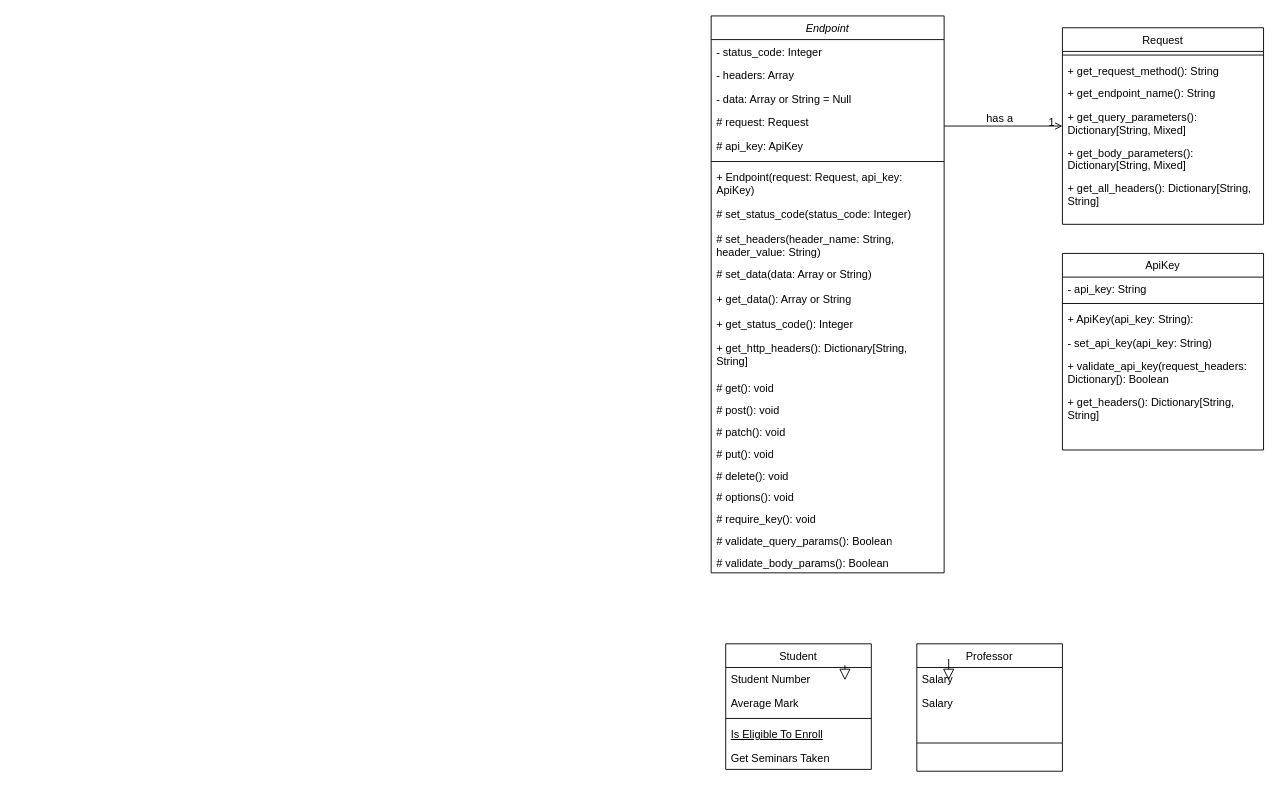
Earlier version of the draw.io diagram page "Page-1" (1 of 2) of uml_class_diagram/UMLClassDiagram.drawio (sdjs-s-a-gh/Web_API---Software_Architecture). Source tidied: cells renumbered, new cells numbered last; positions are measured from the earlier drawing's top-left corner, leaving out a move shared by most shapes. Both pictures are drawn from the tidied source at 91%, with x=0, y=0 at pixel (711, 15).
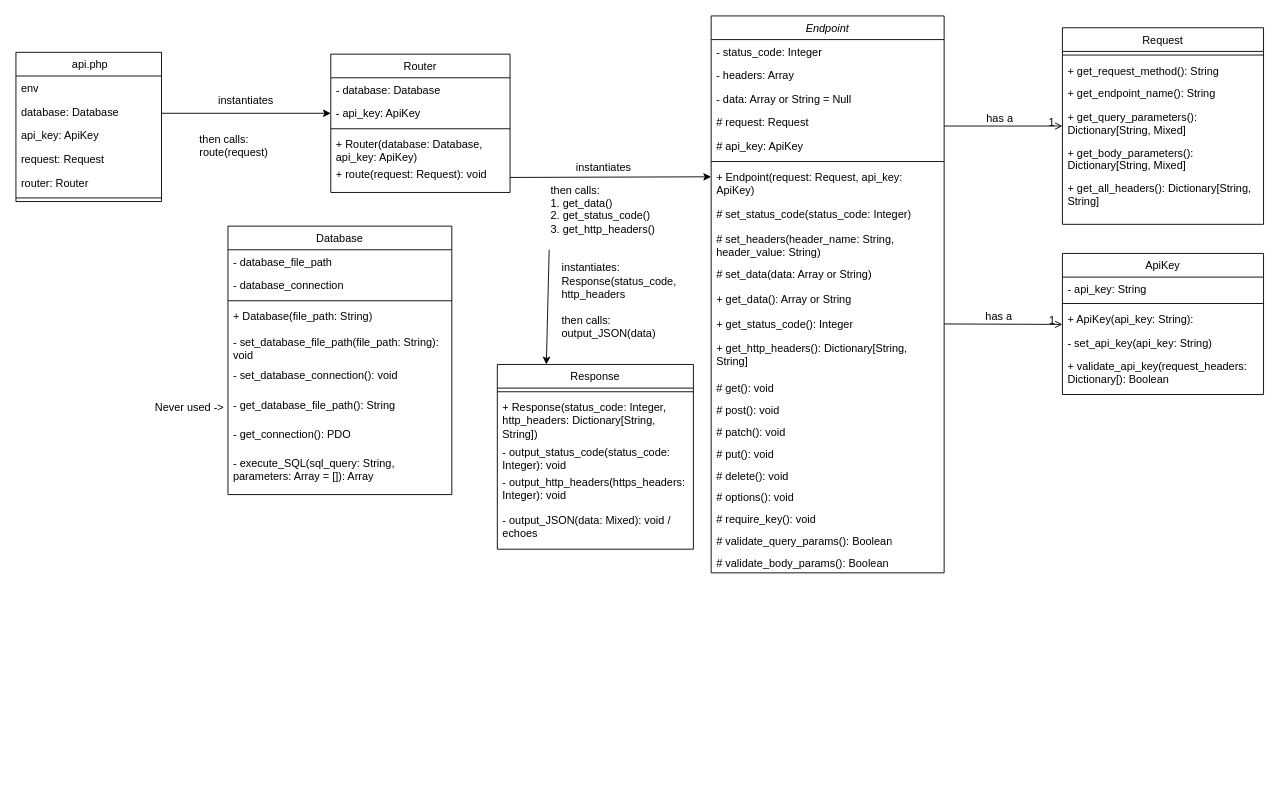
The same page after the edit.

Unchanged cells that the change refers to:
```xml
<mxCell id="9" value="+ Endpoint(request: Request, api_key: ApiKey)" style="text;align=left;verticalAlign=top;spacingLeft=4;spacingRight=4;overflow=hidden;points=[[0,0.5],[1,0.5]];portConstraint=eastwest;whiteSpace=wrap;" parent="2" vertex="1">
  <mxGeometry y="164" width="256" height="41" as="geometry" />
</mxCell>
<mxCell id="14" value="+ get_status_code(): Integer" style="text;align=left;verticalAlign=top;spacingLeft=4;spacingRight=4;overflow=hidden;points=[[0,0.5],[1,0.5]];portConstraint=eastwest;whiteSpace=wrap;" parent="2" vertex="1">
  <mxGeometry y="325" width="256" height="27" as="geometry" />
</mxCell>
<mxCell id="50" value="+ ApiKey(api_key: String):" style="text;align=left;verticalAlign=top;spacingLeft=4;spacingRight=4;overflow=hidden;points=[[0,0.5],[1,0.5]];portConstraint=eastwest;" parent="47" vertex="1">
  <mxGeometry y="59" width="221" height="26" as="geometry" />
</mxCell>
```

Diff of the diagram source:
```diff
@@
-    <mxCell id="25" value="Student" style="swimlane;fontStyle=0;align=center;verticalAlign=top;horizontal=1;startSize=26;rounded=0;shadow=0;strokeWidth=1;" parent="1" vertex="1">
-      <mxGeometry x="16" y="690" width="160" height="138" as="geometry" />
-    </mxCell>
-    <mxCell id="26" value="Student Number" style="text;align=left;verticalAlign=top;spacingLeft=4;spacingRight=4;overflow=hidden;" parent="25" vertex="1">
-      <mxGeometry y="26" width="160" height="26" as="geometry" />
-    </mxCell>
-    <mxCell id="27" value="Average Mark" style="text;align=left;verticalAlign=top;spacingLeft=4;spacingRight=4;overflow=hidden;rounded=0;shadow=0;html=0;" parent="25" vertex="1">
-      <mxGeometry y="52" width="160" height="26" as="geometry" />
-    </mxCell>
-    <mxCell id="28" style="line;html=1;strokeWidth=1;align=left;verticalAlign=middle;spacingTop=-1;spacingLeft=3;spacingRight=3;labelPosition=right;" parent="25" vertex="1">
-      <mxGeometry y="78" width="160" height="8" as="geometry" />
-    </mxCell>
-    <mxCell id="29" value="Is Eligible To Enroll" style="text;align=left;verticalAlign=top;spacingLeft=4;spacingRight=4;overflow=hidden;fontStyle=4;" parent="25" vertex="1">
-      <mxGeometry y="86" width="160" height="26" as="geometry" />
-    </mxCell>
-    <mxCell id="30" value="Get Seminars Taken" style="text;align=left;verticalAlign=top;spacingLeft=4;spacingRight=4;overflow=hidden;" parent="25" vertex="1">
-      <mxGeometry y="112" width="160" height="26" as="geometry" />
-    </mxCell>
-    <mxCell id="31" style="endArrow=block;endSize=10;endFill=0;shadow=0;strokeWidth=1;rounded=0;curved=0;edgeStyle=elbowEdgeStyle;elbow=vertical;" parent="1" edge="1" source="25">
-      <mxGeometry relative="1" as="geometry">
-        <mxPoint x="147" y="730" as="targetPoint" />
-      </mxGeometry>
-    </mxCell>
-    <mxCell id="32" value="Professor" style="swimlane;fontStyle=0;align=center;verticalAlign=top;horizontal=1;startSize=26;rounded=0;shadow=0;strokeWidth=1;" parent="1" vertex="1">
-      <mxGeometry x="226" y="690" width="160" height="140" as="geometry" />
-    </mxCell>
-    <mxCell id="33" value="Salary" style="text;align=left;verticalAlign=top;spacingLeft=4;spacingRight=4;overflow=hidden;" parent="32" vertex="1">
-      <mxGeometry y="26" width="160" height="26" as="geometry" />
-    </mxCell>
-    <mxCell id="34" value="Salary" style="text;align=left;verticalAlign=top;spacingLeft=4;spacingRight=4;overflow=hidden;" parent="32" vertex="1">
-      <mxGeometry y="52" width="160" height="26" as="geometry" />
-    </mxCell>
-    <mxCell id="35" style="line;html=1;strokeWidth=1;align=left;verticalAlign=middle;spacingTop=-1;spacingLeft=3;spacingRight=3;labelPosition=right;" parent="32" vertex="1">
-      <mxGeometry y="78" width="160" height="62" as="geometry" />
-    </mxCell>
-    <mxCell id="36" style="endArrow=block;endSize=10;endFill=0;shadow=0;strokeWidth=1;rounded=0;curved=0;edgeStyle=elbowEdgeStyle;elbow=vertical;" parent="1" edge="1" source="32">
-      <mxGeometry relative="1" as="geometry">
-        <mxPoint x="261" y="730" as="targetPoint" />
-      </mxGeometry>
-    </mxCell>
@@
     <mxCell id="47" value="ApiKey" style="swimlane;fontStyle=0;align=center;verticalAlign=top;horizontal=1;startSize=26;rounded=0;shadow=0;strokeWidth=1;" parent="1" vertex="1">
-      <mxGeometry x="386" y="261" width="221" height="216" as="geometry" />
+      <mxGeometry x="386" y="261" width="221" height="155" as="geometry" />
     </mxCell>
@@
-    <mxCell id="53" value="+ get_headers(): Dictionary[String, String]" style="text;align=left;verticalAlign=top;spacingLeft=4;spacingRight=4;overflow=hidden;whiteSpace=wrap;" parent="47" vertex="1">
-      <mxGeometry y="150" width="221" height="39" as="geometry" />
-    </mxCell>
+    <mxCell id="54" style="endArrow=open;shadow=0;strokeWidth=1;rounded=0;curved=0;endFill=1;edgeStyle=elbowEdgeStyle;elbow=vertical;exitX=1;exitY=0.5;exitDx=0;exitDy=0;" parent="1" edge="1" source="14" target="50">
+      <mxGeometry x="0.5" y="41" relative="1" as="geometry">
+        <mxPoint x="-40" y="32" as="offset" />
+      </mxGeometry>
+    </mxCell>
+    <mxCell id="55" value="1" style="align=right;verticalAlign=bottom;labelBackgroundColor=none;fontSize=12;" parent="54" vertex="1">
+      <mxGeometry x="1" relative="1" as="geometry">
+        <mxPoint x="-7" y="4" as="offset" />
+      </mxGeometry>
+    </mxCell>
+    <mxCell id="56" value="has a" style="text;html=1;align=center;verticalAlign=middle;labelBackgroundColor=none;rounded=0;shadow=0;strokeWidth=1;fontSize=12;" parent="54" vertex="1">
+      <mxGeometry x="0.5" y="49" relative="1" as="geometry">
+        <mxPoint x="-38" y="40" as="offset" />
+      </mxGeometry>
+    </mxCell>
+    <mxCell id="57" value=" api.php" style="swimlane;fontStyle=0;align=center;verticalAlign=top;horizontal=1;startSize=26;rounded=0;shadow=0;strokeWidth=1;" parent="1" vertex="1">
+      <mxGeometry x="-764" y="40" width="160" height="164" as="geometry" />
+    </mxCell>
+    <mxCell id="58" value="env" style="text;align=left;verticalAlign=top;spacingLeft=4;spacingRight=4;overflow=hidden;" parent="57" vertex="1">
+      <mxGeometry y="26" width="160" height="26" as="geometry" />
+    </mxCell>
+    <mxCell id="59" value="database: Database" style="text;align=left;verticalAlign=top;spacingLeft=4;spacingRight=4;overflow=hidden;" parent="57" vertex="1">
+      <mxGeometry y="52" width="160" height="26" as="geometry" />
+    </mxCell>
+    <mxCell id="60" value="api_key: ApiKey" style="text;align=left;verticalAlign=top;spacingLeft=4;spacingRight=4;overflow=hidden;" parent="57" vertex="1">
+      <mxGeometry y="78" width="160" height="26" as="geometry" />
+    </mxCell>
+    <mxCell id="61" value="request: Request" style="text;align=left;verticalAlign=top;spacingLeft=4;spacingRight=4;overflow=hidden;" parent="57" vertex="1">
+      <mxGeometry y="104" width="160" height="26" as="geometry" />
+    </mxCell>
+    <mxCell id="62" value="router: Router" style="text;align=left;verticalAlign=top;spacingLeft=4;spacingRight=4;overflow=hidden;" parent="57" vertex="1">
+      <mxGeometry y="130" width="160" height="26" as="geometry" />
+    </mxCell>
+    <mxCell id="63" style="line;html=1;strokeWidth=1;align=left;verticalAlign=middle;spacingTop=-1;spacingLeft=3;spacingRight=3;labelPosition=right;" parent="57" vertex="1">
+      <mxGeometry y="156" width="160" height="8" as="geometry" />
+    </mxCell>
+    <mxCell id="64" value="Router" style="swimlane;fontStyle=0;align=center;verticalAlign=top;horizontal=1;startSize=26;rounded=0;shadow=0;strokeWidth=1;" parent="1" vertex="1">
+      <mxGeometry x="-418" y="42" width="197" height="152" as="geometry" />
+    </mxCell>
+    <mxCell id="65" value="- database: Database" style="text;align=left;verticalAlign=top;spacingLeft=4;spacingRight=4;overflow=hidden;" parent="64" vertex="1">
+      <mxGeometry y="26" width="197" height="26" as="geometry" />
+    </mxCell>
+    <mxCell id="66" value="- api_key: ApiKey" style="text;align=left;verticalAlign=top;spacingLeft=4;spacingRight=4;overflow=hidden;points=[[0,0.5],[1,0.5]];portConstraint=eastwest;rounded=0;shadow=0;html=0;" parent="64" vertex="1">
+      <mxGeometry y="52" width="197" height="26" as="geometry" />
+    </mxCell>
+    <mxCell id="67" style="line;html=1;strokeWidth=1;align=left;verticalAlign=middle;spacingTop=-1;spacingLeft=3;spacingRight=3;labelPosition=right;" parent="64" vertex="1">
+      <mxGeometry y="78" width="197" height="8" as="geometry" />
+    </mxCell>
+    <mxCell id="68" value="+ Router(database: Database, api_key: ApiKey)" style="text;align=left;verticalAlign=top;spacingLeft=4;spacingRight=4;overflow=hidden;whiteSpace=wrap;" parent="64" vertex="1">
+      <mxGeometry y="86" width="197" height="33" as="geometry" />
+    </mxCell>
+    <mxCell id="69" value="+ route(request: Request): void" style="text;align=left;verticalAlign=top;spacingLeft=4;spacingRight=4;overflow=hidden;points=[[0,0.5],[1,0.5]];portConstraint=eastwest;whiteSpace=wrap;" parent="64" vertex="1">
+      <mxGeometry y="119" width="197" height="33" as="geometry" />
+    </mxCell>
+    <mxCell id="70" style="endArrow=classic;html=1;rounded=0;entryX=0;entryY=0.312;entryDx=0;entryDy=0;exitX=1;exitY=0.5;exitDx=0;exitDy=0;entryPerimeter=0;" parent="1" edge="1" source="69" target="9">
+      <mxGeometry relative="1" as="geometry" />
+    </mxCell>
+    <mxCell id="71" value="instantiates" style="text;html=1;whiteSpace=wrap;strokeColor=none;fillColor=none;align=center;verticalAlign=middle;rounded=0;" parent="1" vertex="1">
+      <mxGeometry x="-148" y="152" width="60" height="30" as="geometry" />
+    </mxCell>
+    <mxCell id="72" style="endArrow=classic;html=1;rounded=0;exitX=0;exitY=1;exitDx=0;exitDy=0;entryX=0.25;entryY=0;entryDx=0;entryDy=0;" parent="1" edge="1" source="79" target="73">
+      <mxGeometry relative="1" as="geometry" />
+    </mxCell>
+    <mxCell id="73" value="Response" style="swimlane;fontStyle=0;align=center;verticalAlign=top;horizontal=1;startSize=26;rounded=0;shadow=0;strokeWidth=1;" parent="1" vertex="1">
+      <mxGeometry x="-235" y="383" width="215.5" height="203" as="geometry" />
+    </mxCell>
+    <mxCell id="74" style="line;html=1;strokeWidth=1;align=left;verticalAlign=middle;spacingTop=-1;spacingLeft=3;spacingRight=3;labelPosition=right;" parent="73" vertex="1">
+      <mxGeometry y="26" width="215.5" height="8" as="geometry" />
+    </mxCell>
+    <mxCell id="75" value="+ Response(status_code: Integer, http_headers: Dictionary[String, String])" style="text;align=left;verticalAlign=top;spacingLeft=4;spacingRight=4;overflow=hidden;whiteSpace=wrap;" parent="73" vertex="1">
+      <mxGeometry y="34" width="215.5" height="49" as="geometry" />
+    </mxCell>
+    <mxCell id="76" value="- output_status_code(status_code: Integer): void" style="text;align=left;verticalAlign=top;spacingLeft=4;spacingRight=4;overflow=hidden;whiteSpace=wrap;" parent="73" vertex="1">
+      <mxGeometry y="83" width="215.5" height="33" as="geometry" />
+    </mxCell>
+    <mxCell id="77" value="- output_http_headers(https_headers: Integer): void" style="text;align=left;verticalAlign=top;spacingLeft=4;spacingRight=4;overflow=hidden;whiteSpace=wrap;" parent="73" vertex="1">
+      <mxGeometry y="116" width="215.5" height="42" as="geometry" />
+    </mxCell>
+    <mxCell id="78" value="- output_JSON(data: Mixed): void / echoes" style="text;align=left;verticalAlign=top;spacingLeft=4;spacingRight=4;overflow=hidden;whiteSpace=wrap;" parent="73" vertex="1">
+      <mxGeometry y="158" width="215.5" height="36" as="geometry" />
+    </mxCell>
+    <mxCell id="79" value="then calls:&lt;div&gt;1. get_data()&lt;/div&gt;&lt;div&gt;2. get_status_code()&lt;/div&gt;&lt;div&gt;3. get_http_headers()&lt;br&gt;&lt;div&gt;&lt;br&gt;&lt;/div&gt;&lt;/div&gt;" style="text;html=1;whiteSpace=wrap;strokeColor=none;fillColor=none;align=left;verticalAlign=middle;rounded=0;" parent="1" vertex="1">
+      <mxGeometry x="-178" y="182" width="154" height="75" as="geometry" />
+    </mxCell>
+    <mxCell id="80" value="instantiates: Response(status_code, http_headers&lt;div&gt;&lt;br&gt;&lt;/div&gt;&lt;div&gt;then calls:&lt;/div&gt;&lt;div&gt;output_JSON(data)&lt;/div&gt;" style="text;html=1;whiteSpace=wrap;strokeColor=none;fillColor=none;align=left;verticalAlign=middle;rounded=0;" parent="1" vertex="1">
+      <mxGeometry x="-165.8" y="274" width="129.5" height="77" as="geometry" />
+    </mxCell>
+    <mxCell id="81" style="endArrow=classic;html=1;rounded=0;entryX=0;entryY=0.5;entryDx=0;entryDy=0;" parent="1" edge="1" target="66">
+      <mxGeometry relative="1" as="geometry">
+        <mxPoint x="-604" y="107" as="sourcePoint" />
+      </mxGeometry>
+    </mxCell>
+    <mxCell id="82" value="instantiates" style="text;html=1;whiteSpace=wrap;strokeColor=none;fillColor=none;align=center;verticalAlign=middle;rounded=0;" parent="1" vertex="1">
+      <mxGeometry x="-541" y="78" width="60" height="30" as="geometry" />
+    </mxCell>
+    <mxCell id="83" value="then calls:&lt;div&gt;route(request)&lt;/div&gt;&lt;div&gt;&lt;div&gt;&lt;br&gt;&lt;/div&gt;&lt;/div&gt;" style="text;html=1;whiteSpace=wrap;strokeColor=none;fillColor=none;align=left;verticalAlign=middle;rounded=0;" parent="1" vertex="1">
+      <mxGeometry x="-564" y="113" width="86" height="73" as="geometry" />
+    </mxCell>
+    <mxCell id="84" value="Database" style="swimlane;fontStyle=0;align=center;verticalAlign=top;horizontal=1;startSize=26;rounded=0;shadow=0;strokeWidth=1;" parent="1" vertex="1">
+      <mxGeometry x="-531" y="231" width="246" height="295" as="geometry" />
+    </mxCell>
+    <mxCell id="85" value="- database_file_path" style="text;align=left;verticalAlign=top;spacingLeft=4;spacingRight=4;overflow=hidden;" parent="84" vertex="1">
+      <mxGeometry y="26" width="246" height="26" as="geometry" />
+    </mxCell>
+    <mxCell id="86" value="- database_connection" style="text;align=left;verticalAlign=top;spacingLeft=4;spacingRight=4;overflow=hidden;rounded=0;shadow=0;html=0;" parent="84" vertex="1">
+      <mxGeometry y="52" width="246" height="26" as="geometry" />
+    </mxCell>
+    <mxCell id="87" style="line;html=1;strokeWidth=1;align=left;verticalAlign=middle;spacingTop=-1;spacingLeft=3;spacingRight=3;labelPosition=right;" parent="84" vertex="1">
+      <mxGeometry y="78" width="246" height="8" as="geometry" />
+    </mxCell>
+    <mxCell id="88" value="+ Database(file_path: String)" style="text;align=left;verticalAlign=top;spacingLeft=4;spacingRight=4;overflow=hidden;whiteSpace=wrap;" parent="84" vertex="1">
+      <mxGeometry y="86" width="246" height="28" as="geometry" />
+    </mxCell>
+    <mxCell id="89" value="- set_database_file_path(file_path: String): void" style="text;align=left;verticalAlign=top;spacingLeft=4;spacingRight=4;overflow=hidden;whiteSpace=wrap;" parent="84" vertex="1">
+      <mxGeometry y="114" width="246" height="37" as="geometry" />
+    </mxCell>
+    <mxCell id="90" value="- set_database_connection(): void" style="text;align=left;verticalAlign=top;spacingLeft=4;spacingRight=4;overflow=hidden;whiteSpace=wrap;" parent="84" vertex="1">
+      <mxGeometry y="151" width="246" height="32" as="geometry" />
+    </mxCell>
+    <mxCell id="91" value="- get_database_file_path(): String" style="text;align=left;verticalAlign=top;spacingLeft=4;spacingRight=4;overflow=hidden;whiteSpace=wrap;" parent="84" vertex="1">
+      <mxGeometry y="183" width="246" height="32" as="geometry" />
+    </mxCell>
+    <mxCell id="92" value="- get_connection(): PDO" style="text;align=left;verticalAlign=top;spacingLeft=4;spacingRight=4;overflow=hidden;whiteSpace=wrap;" parent="84" vertex="1">
+      <mxGeometry y="215" width="246" height="32" as="geometry" />
+    </mxCell>
+    <mxCell id="93" value="- execute_SQL(sql_query: String, parameters: Array = []): Array" style="text;align=left;verticalAlign=top;spacingLeft=4;spacingRight=4;overflow=hidden;whiteSpace=wrap;" parent="84" vertex="1">
+      <mxGeometry y="247" width="246" height="48" as="geometry" />
+    </mxCell>
+    <mxCell id="94" value="Never used -&amp;gt;" style="text;html=1;whiteSpace=wrap;strokeColor=none;fillColor=none;align=center;verticalAlign=middle;rounded=0;" parent="1" vertex="1">
+      <mxGeometry x="-631" y="416" width="116" height="30" as="geometry" />
+    </mxCell>
```
